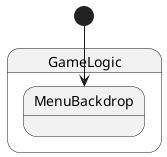
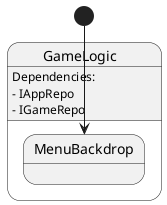
@startuml GameLogic
state GameLogic {
  state MenuBackdrop
}

[*] --> MenuBackdrop
+ 
+ GameLogic : Dependencies:
+ GameLogic : - IAppRepo
+ GameLogic : - IGameRepo
@enduml